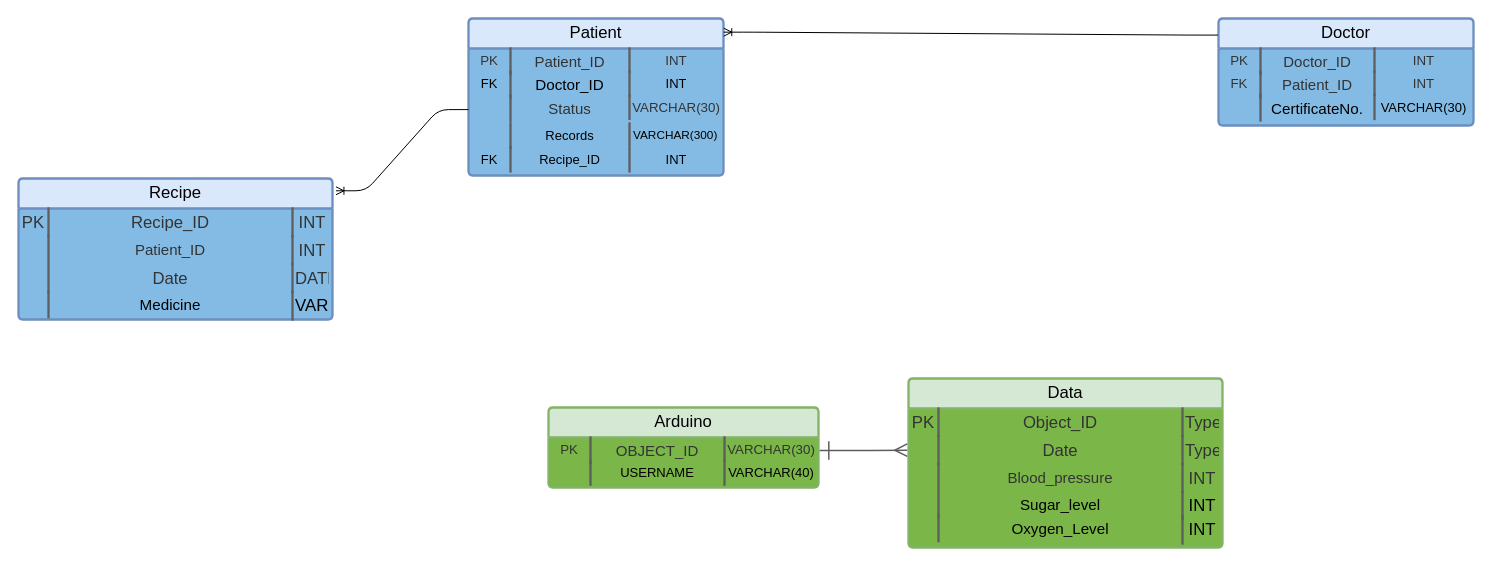
Earlier version of the draw.io diagram Untitled Diagram.drawio (HostVital-IoT/BackEnd). Source tidied: cells renumbered, new cells numbered last; positions are measured from the earlier drawing's top-left corner, leaving out a move shared by most shapes. Both pictures are drawn from the tidied source at 100%, with x=0, y=0 at pixel (18, 18).
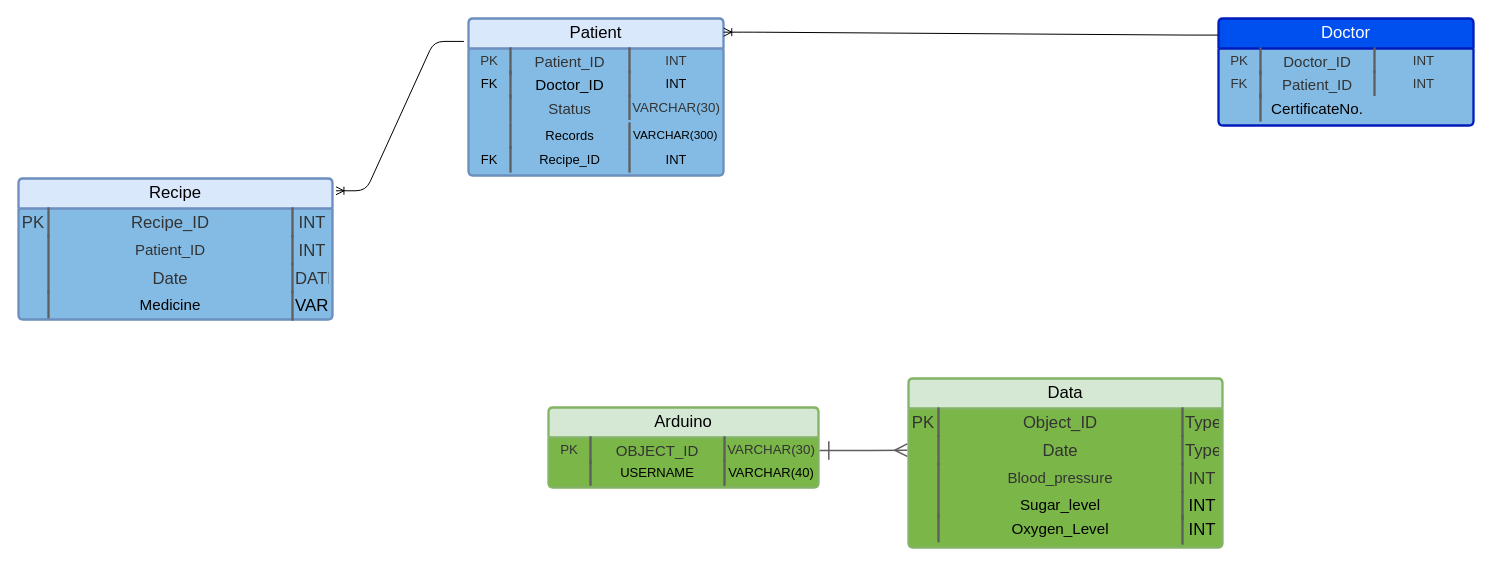
The same diagram, later.

Unchanged cells that the change refers to:
```xml
<mxCell id="2" value="Patient" style="html=1;overflow=block;blockSpacing=1;whiteSpace=wrap;swimlane;fontStyle=0;swimlaneFillColor=#83bbe5;startSize=30;whiteSpace=wrap;fontSize=16.7;align=center;fillColor=#dae8fc;whiteSpace=wrap;spacing=0;strokeColor=#6c8ebf;strokeOpacity=100;fillOpacity=100;rounded=1;absoluteArcSize=1;arcSize=9;strokeWidth=2.3;" parent="1" vertex="1">
  <mxGeometry x="450" width="255" height="157" as="geometry" />
</mxCell>
<mxCell id="9" style="strokeColor=none;align=center;verticalAlign=top;spacingLeft=4;spacingRight=4;overflow=hidden;points=[[0,0.5],[1,0.5]];portConstraint=eastwest;whiteSpace=wrap;swimlaneFillColor=#83bbe5;whiteSpace=wrap;fontSize=13;align=center;fillColor=none;strokeOpacity=100;fillOpacity=100;whiteSpace=wrap;spacing=0;rounded=1;absoluteArcSize=1;arcSize=9;strokeWidth=2.3;" parent="2" vertex="1">
  <mxGeometry y="77.2" width="42" height="27.8" as="geometry" />
</mxCell>
<mxCell id="53" value="Recipe" style="html=1;overflow=block;blockSpacing=1;whiteSpace=wrap;swimlane;fontStyle=0;swimlaneFillColor=#83bbe5;startSize=30;whiteSpace=wrap;fontSize=16.7;align=center;fillColor=#dae8fc;whiteSpace=wrap;spacing=0;strokeColor=#6c8ebf;strokeOpacity=100;fillOpacity=100;rounded=1;absoluteArcSize=1;arcSize=9;strokeWidth=2.3;" parent="1" vertex="1">
  <mxGeometry y="160" width="314" height="141" as="geometry" />
</mxCell>
```

Change to the diagram source:
```diff
@@
-    <mxCell id="18" value="Doctor" style="html=1;overflow=block;blockSpacing=1;whiteSpace=wrap;swimlane;fontStyle=0;swimlaneFillColor=#83bbe5;startSize=30;whiteSpace=wrap;fontSize=16.7;align=center;fillColor=#dae8fc;whiteSpace=wrap;spacing=0;strokeColor=#6c8ebf;strokeOpacity=100;fillOpacity=100;rounded=1;absoluteArcSize=1;arcSize=9;strokeWidth=2.3;" parent="1" vertex="1">
+    <mxCell id="18" value="Doctor" style="html=1;overflow=block;blockSpacing=1;whiteSpace=wrap;swimlane;fontStyle=0;swimlaneFillColor=#83bbe5;startSize=30;whiteSpace=wrap;fontSize=16.7;align=center;fillColor=#0050ef;whiteSpace=wrap;spacing=0;strokeOpacity=100;fillOpacity=100;rounded=1;absoluteArcSize=1;arcSize=9;strokeWidth=2.3;strokeColor=#001DBC;fontColor=#ffffff;" parent="1" vertex="1">
       <mxGeometry x="1200" width="255" height="107" as="geometry" />
     </mxCell>
@@
-    <mxCell id="27" value="VARCHAR(30)" style="shape=partialRectangle;top=0;right=0;bottom=0;align=left;verticalAlign=top;spacingLeft=4;spacingRight=4;overflow=hidden;whiteSpace=wrap;swimlaneFillColor=#83bbe5;whiteSpace=wrap;fontSize=13;align=center;fillColor=none;strokeOpacity=100;fillOpacity=100;whiteSpace=wrap;spacing=0;strokeColor=#5e5e5e;rounded=1;absoluteArcSize=1;arcSize=9;strokeWidth=2.3;" parent="18" vertex="1">
-      <mxGeometry x="156" y="76.5" width="99" height="24" as="geometry" />
-    </mxCell>
@@
-    <mxCell id="66" style="edgeStyle=entityRelationEdgeStyle;fontSize=12;html=1;endArrow=ERoneToMany;exitX=0;exitY=0.5;exitDx=0;exitDy=0;entryX=1.011;entryY=0.087;entryDx=0;entryDy=0;entryPerimeter=0;" parent="1" edge="1" source="9" target="53">
+    <mxCell id="66" style="edgeStyle=entityRelationEdgeStyle;fontSize=12;html=1;endArrow=ERoneToMany;entryX=1.011;entryY=0.087;entryDx=0;entryDy=0;entryPerimeter=0;exitX=-0.018;exitY=0.146;exitDx=0;exitDy=0;exitPerimeter=0;" parent="1" edge="1" source="2" target="53">
       <mxGeometry relative="1" as="geometry" />
     </mxCell>
```
